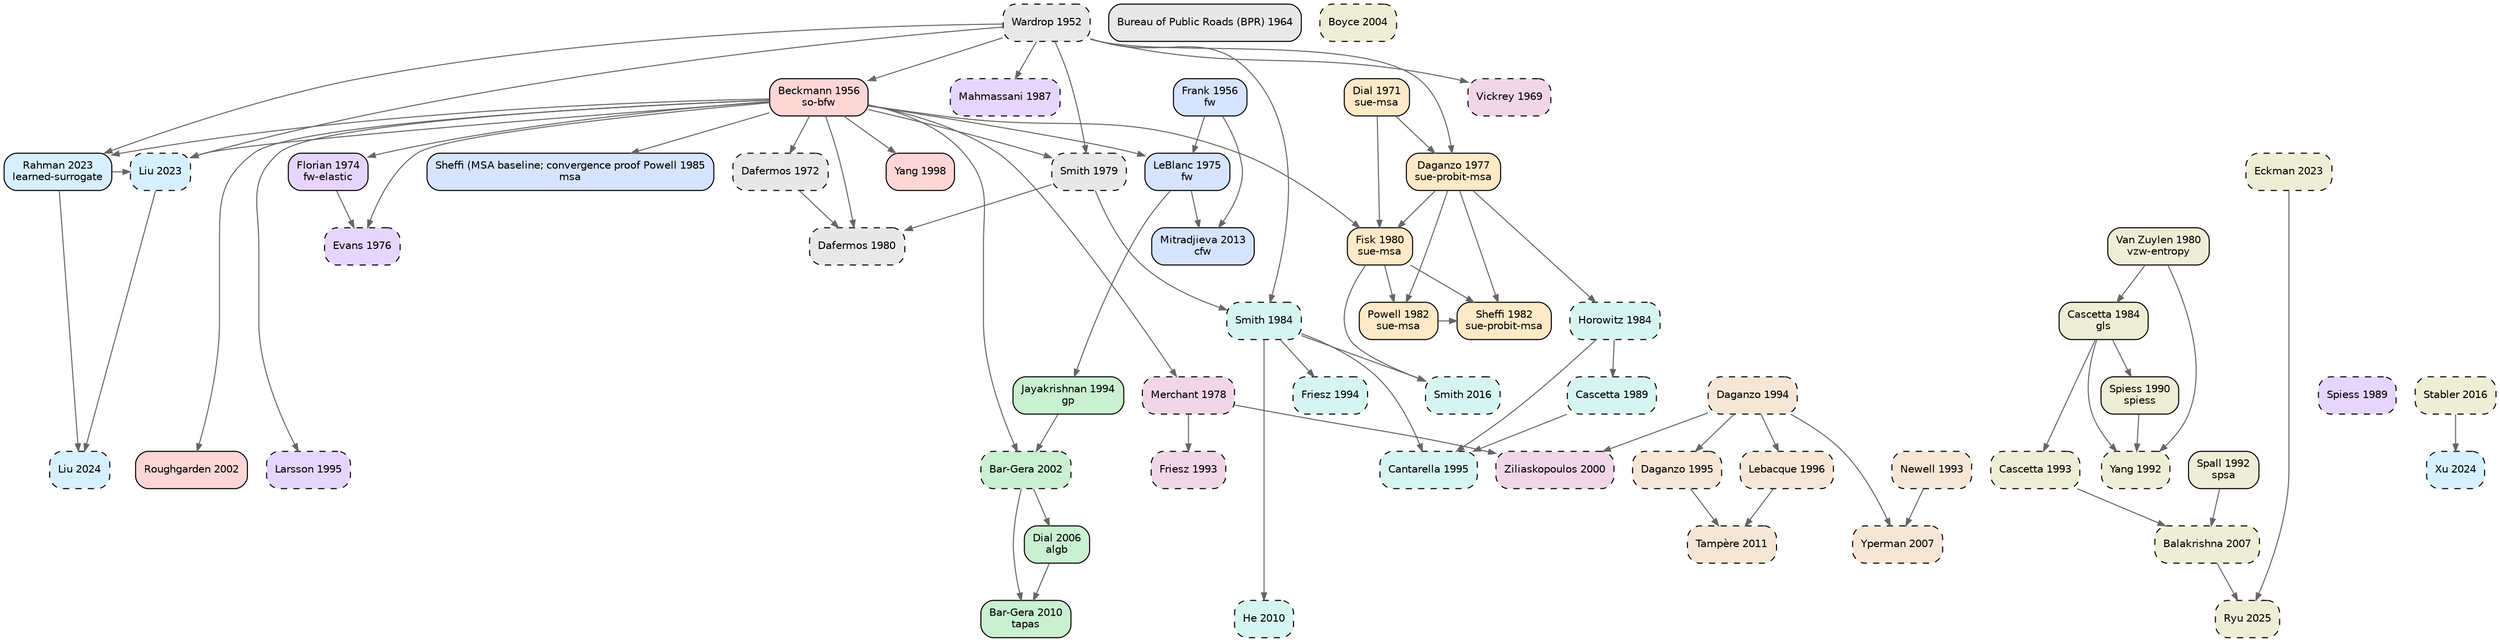
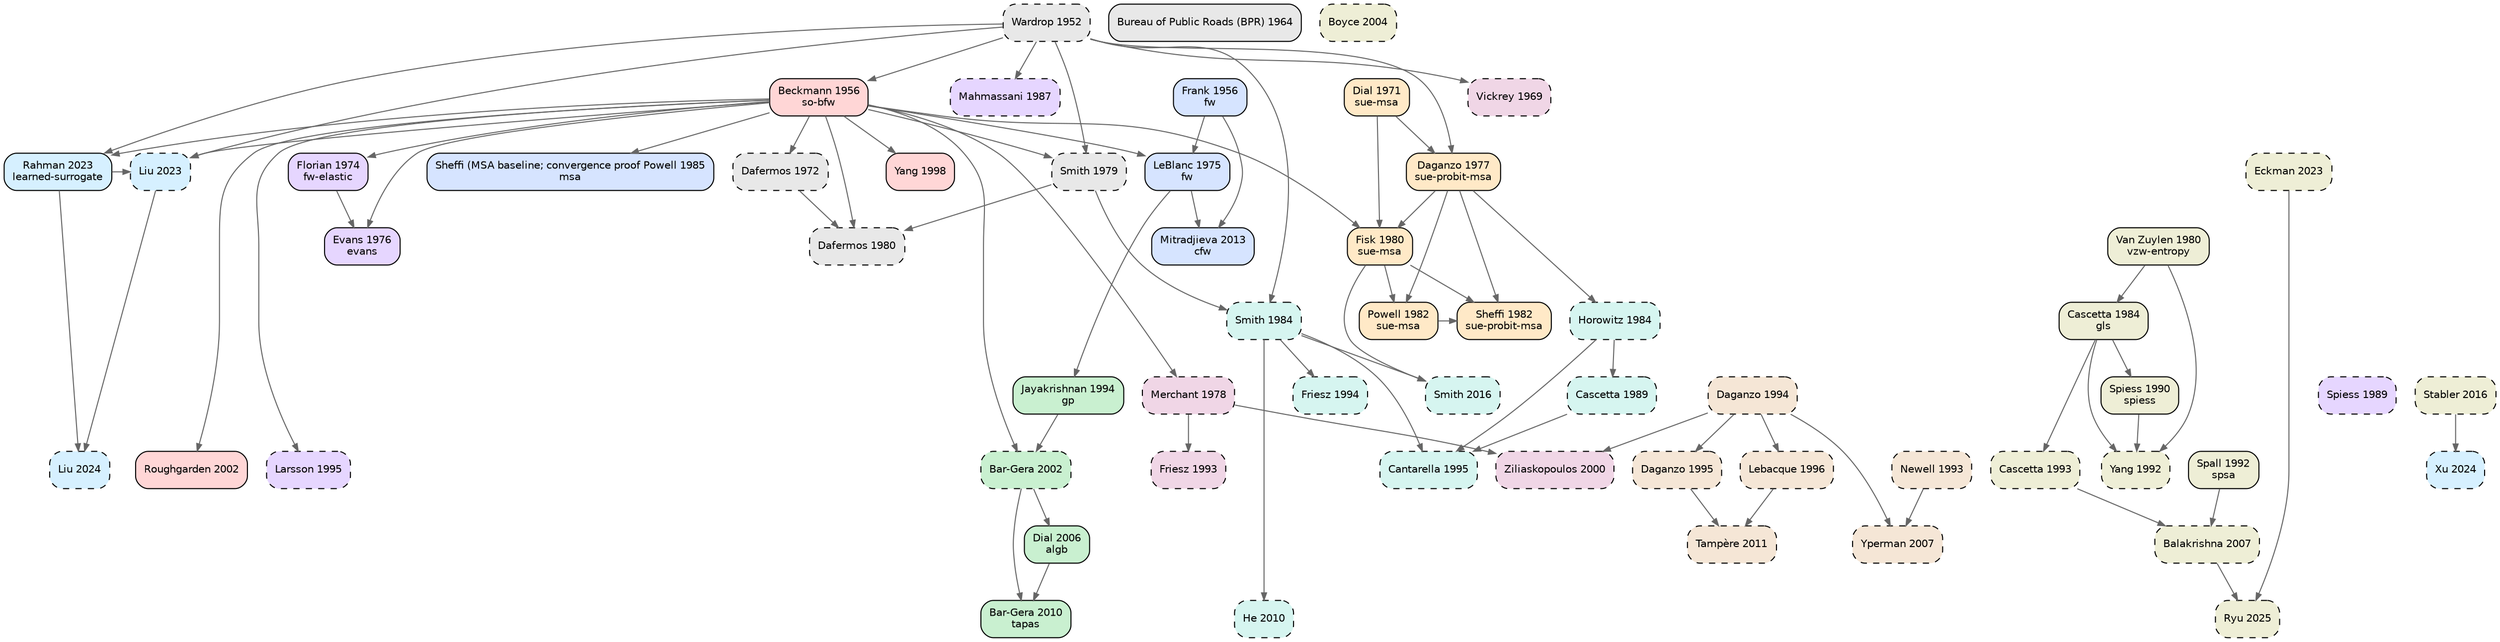
digraph TA_evolution {
  rankdir=TB; node [shape=box,style="rounded,filled",fontname="Helvetica",fontsize=10];
  edge [color="#666666",arrowsize=0.7];
  { rank=same; "wardrop1952some" }
  { rank=same; "frank1956algorithm" "beckmann1956studies" }
  { rank=same; "bpr1964traffic" }
  { rank=same; "vickrey1969congestion" }
  { rank=same; "dial1971probabilistic" }
  { rank=same; "dafermos1972traffic" }
  { rank=same; "florian1974method" }
  { rank=same; "leblanc1975efficient" }
  { rank=same; "evans1976derivation" }
  { rank=same; "daganzo1977stochastic" }
  { rank=same; "merchant1978model" }
  { rank=same; "smith1979existence" }
  { rank=same; "dafermos1980traffic" "fisk1980some" "vanzuylen1980most" }
  { rank=same; "powell1982convergence" "sheffi1982algorithm" }
  { rank=same; "horowitz1984stability" "smith1984stability" "cascetta1984estimation" }
  { rank=same; "sheffi1985urban" }
  { rank=same; "mahmassani1987on" }
  { rank=same; "spiess1989optimal" "cascetta1989stochastic" }
  { rank=same; "spiess1990gradient" }
  { rank=same; "spall1992multivariate" "yang1992estimation" }
  { rank=same; "newell1993simplified" "friesz1993variational" "cascetta1993dynamic" }
  { rank=same; "jayakrishnan1994faster" "friesz1994daytoday" "daganzo1994cell" }
  { rank=same; "larsson1995augmented" "cantarella1995dynamic" "daganzo1995cell" }
  { rank=same; "lebacque1996godunov" }
  { rank=same; "yang1998principle" }
  { rank=same; "ziliaskopoulos2000linear" }
  { rank=same; "bargera2002origin" "roughgarden2002how" }
  { rank=same; "boyce2004convergence" }
  { rank=same; "dial2006path" }
  { rank=same; "yperman2007link" "balakrishna2007offline" }
  { rank=same; "bargera2010traffic" "he2010linkbased" }
  { rank=same; "tampere2011generic" }
  { rank=same; "mitradjieva2013stiff" }
  { rank=same; "smith2016routeswapping" "stabler2016transportation" }
  { rank=same; "liu2023end" "rahman2023data" "eckman2023simopt" }
  { rank=same; "liu2024end" "xu2024unified" }
  { rank=same; "ryu2025bo4mob" }
  "wardrop1952some" [label="Wardrop 1952\n",fillcolor="#e8e8e8",style="rounded,filled,dashed"];
  "bpr1964traffic" [label="Bureau of Public Roads (BPR) 1964\n",fillcolor="#e8e8e8",style="rounded,filled"];
  "dafermos1972traffic" [label="Dafermos 1972\n",fillcolor="#e8e8e8",style="rounded,filled,dashed"];
  "smith1979existence" [label="Smith 1979\n",fillcolor="#e8e8e8",style="rounded,filled,dashed"];
  "dafermos1980traffic" [label="Dafermos 1980\n",fillcolor="#e8e8e8",style="rounded,filled,dashed"];
  "frank1956algorithm" [label="Frank 1956\nfw",fillcolor="#d6e4ff",style="rounded,filled"];
  "leblanc1975efficient" [label="LeBlanc 1975\nfw",fillcolor="#d6e4ff",style="rounded,filled"];
  "sheffi1985urban" [label="Sheffi (MSA baseline; convergence proof Powell 1985\nmsa",fillcolor="#d6e4ff",style="rounded,filled"];
  "mitradjieva2013stiff" [label="Mitradjieva 2013\ncfw",fillcolor="#d6e4ff",style="rounded,filled"];
  "jayakrishnan1994faster" [label="Jayakrishnan 1994\ngp",fillcolor="#c9f0d0",style="rounded,filled"];
  "bargera2002origin" [label="Bar-Gera 2002\n",fillcolor="#c9f0d0",style="rounded,filled,dashed"];
  "dial2006path" [label="Dial 2006\nalgb",fillcolor="#c9f0d0",style="rounded,filled"];
  "bargera2010traffic" [label="Bar-Gera 2010\ntapas",fillcolor="#c9f0d0",style="rounded,filled"];
  "dial1971probabilistic" [label="Dial 1971\nsue-msa",fillcolor="#ffe9c7",style="rounded,filled"];
  "daganzo1977stochastic" [label="Daganzo 1977\nsue-probit-msa",fillcolor="#ffe9c7",style="rounded,filled"];
  "fisk1980some" [label="Fisk 1980\nsue-msa",fillcolor="#ffe9c7",style="rounded,filled"];
  "powell1982convergence" [label="Powell 1982\nsue-msa",fillcolor="#ffe9c7",style="rounded,filled"];
  "sheffi1982algorithm" [label="Sheffi 1982\nsue-probit-msa",fillcolor="#ffe9c7",style="rounded,filled"];
  "beckmann1956studies" [label="Beckmann 1956\nso-bfw",fillcolor="#ffd6d6",style="rounded,filled"];
  "yang1998principle" [label="Yang 1998\n",fillcolor="#ffd6d6",style="rounded,filled"];
  "roughgarden2002how" [label="Roughgarden 2002\n",fillcolor="#ffd6d6",style="rounded,filled"];
  "florian1974method" [label="Florian 1974\nfw-elastic",fillcolor="#e6d6ff",style="rounded,filled"];
-   "evans1976derivation" [label="Evans 1976\n",fillcolor="#e6d6ff",style="rounded,filled,dashed"];
+   "evans1976derivation" [label="Evans 1976\nevans",fillcolor="#e6d6ff",style="rounded,filled"];
  "mahmassani1987on" [label="Mahmassani 1987\n",fillcolor="#e6d6ff",style="rounded,filled,dashed"];
  "spiess1989optimal" [label="Spiess 1989\n",fillcolor="#e6d6ff",style="rounded,filled,dashed"];
  "larsson1995augmented" [label="Larsson 1995\n",fillcolor="#e6d6ff",style="rounded,filled,dashed"];
  "horowitz1984stability" [label="Horowitz 1984\n",fillcolor="#d6f5f0",style="rounded,filled,dashed"];
  "smith1984stability" [label="Smith 1984\n",fillcolor="#d6f5f0",style="rounded,filled,dashed"];
  "cascetta1989stochastic" [label="Cascetta 1989\n",fillcolor="#d6f5f0",style="rounded,filled,dashed"];
  "friesz1994daytoday" [label="Friesz 1994\n",fillcolor="#d6f5f0",style="rounded,filled,dashed"];
  "cantarella1995dynamic" [label="Cantarella 1995\n",fillcolor="#d6f5f0",style="rounded,filled,dashed"];
  "he2010linkbased" [label="He 2010\n",fillcolor="#d6f5f0",style="rounded,filled,dashed"];
  "smith2016routeswapping" [label="Smith 2016\n",fillcolor="#d6f5f0",style="rounded,filled,dashed"];
  "newell1993simplified" [label="Newell 1993\n",fillcolor="#f5e6d6",style="rounded,filled,dashed"];
  "daganzo1994cell" [label="Daganzo 1994\n",fillcolor="#f5e6d6",style="rounded,filled,dashed"];
  "daganzo1995cell" [label="Daganzo 1995\n",fillcolor="#f5e6d6",style="rounded,filled,dashed"];
  "lebacque1996godunov" [label="Lebacque 1996\n",fillcolor="#f5e6d6",style="rounded,filled,dashed"];
  "yperman2007link" [label="Yperman 2007\n",fillcolor="#f5e6d6",style="rounded,filled,dashed"];
  "tampere2011generic" [label="Tampère 2011\n",fillcolor="#f5e6d6",style="rounded,filled,dashed"];
  "vickrey1969congestion" [label="Vickrey 1969\n",fillcolor="#f0d6e6",style="rounded,filled,dashed"];
  "merchant1978model" [label="Merchant 1978\n",fillcolor="#f0d6e6",style="rounded,filled,dashed"];
  "friesz1993variational" [label="Friesz 1993\n",fillcolor="#f0d6e6",style="rounded,filled,dashed"];
  "ziliaskopoulos2000linear" [label="Ziliaskopoulos 2000\n",fillcolor="#f0d6e6",style="rounded,filled,dashed"];
  "liu2023end" [label="Liu 2023\n",fillcolor="#d6f0ff",style="rounded,filled,dashed"];
  "rahman2023data" [label="Rahman 2023\nlearned-surrogate",fillcolor="#d6f0ff",style="rounded,filled"];
  "liu2024end" [label="Liu 2024\n",fillcolor="#d6f0ff",style="rounded,filled,dashed"];
  "xu2024unified" [label="Xu 2024\n",fillcolor="#d6f0ff",style="rounded,filled,dashed"];
  "vanzuylen1980most" [label="Van Zuylen 1980\nvzw-entropy",fillcolor="#eeeed6",style="rounded,filled"];
  "cascetta1984estimation" [label="Cascetta 1984\ngls",fillcolor="#eeeed6",style="rounded,filled"];
  "spiess1990gradient" [label="Spiess 1990\nspiess",fillcolor="#eeeed6",style="rounded,filled"];
  "spall1992multivariate" [label="Spall 1992\nspsa",fillcolor="#eeeed6",style="rounded,filled"];
  "yang1992estimation" [label="Yang 1992\n",fillcolor="#eeeed6",style="rounded,filled,dashed"];
  "cascetta1993dynamic" [label="Cascetta 1993\n",fillcolor="#eeeed6",style="rounded,filled,dashed"];
  "boyce2004convergence" [label="Boyce 2004\n",fillcolor="#eeeed6",style="rounded,filled,dashed"];
  "balakrishna2007offline" [label="Balakrishna 2007\n",fillcolor="#eeeed6",style="rounded,filled,dashed"];
  "stabler2016transportation" [label="Stabler 2016\n",fillcolor="#eeeed6",style="rounded,filled,dashed"];
  "eckman2023simopt" [label="Eckman 2023\n",fillcolor="#eeeed6",style="rounded,filled,dashed"];
  "ryu2025bo4mob" [label="Ryu 2025\n",fillcolor="#eeeed6",style="rounded,filled,dashed"];
  "beckmann1956studies" -> "dafermos1972traffic";
  "wardrop1952some" -> "smith1979existence";
  "beckmann1956studies" -> "smith1979existence";
  "smith1979existence" -> "dafermos1980traffic";
  "beckmann1956studies" -> "dafermos1980traffic";
  "dafermos1972traffic" -> "dafermos1980traffic";
  "frank1956algorithm" -> "leblanc1975efficient";
  "beckmann1956studies" -> "leblanc1975efficient";
  "beckmann1956studies" -> "sheffi1985urban";
  "leblanc1975efficient" -> "mitradjieva2013stiff";
  "frank1956algorithm" -> "mitradjieva2013stiff";
  "leblanc1975efficient" -> "jayakrishnan1994faster";
  "jayakrishnan1994faster" -> "bargera2002origin";
  "beckmann1956studies" -> "bargera2002origin";
  "bargera2002origin" -> "dial2006path";
  "dial2006path" -> "bargera2010traffic";
  "bargera2002origin" -> "bargera2010traffic";
  "dial1971probabilistic" -> "daganzo1977stochastic";
  "wardrop1952some" -> "daganzo1977stochastic";
  "daganzo1977stochastic" -> "fisk1980some";
  "dial1971probabilistic" -> "fisk1980some";
  "beckmann1956studies" -> "fisk1980some";
  "fisk1980some" -> "powell1982convergence";
  "daganzo1977stochastic" -> "powell1982convergence";
  "daganzo1977stochastic" -> "sheffi1982algorithm";
  "powell1982convergence" -> "sheffi1982algorithm";
  "fisk1980some" -> "sheffi1982algorithm";
  "wardrop1952some" -> "beckmann1956studies";
  "beckmann1956studies" -> "yang1998principle";
  "beckmann1956studies" -> "roughgarden2002how";
  "beckmann1956studies" -> "florian1974method";
  "beckmann1956studies" -> "evans1976derivation";
  "florian1974method" -> "evans1976derivation";
  "wardrop1952some" -> "mahmassani1987on";
  "beckmann1956studies" -> "larsson1995augmented";
  "daganzo1977stochastic" -> "horowitz1984stability";
  "smith1979existence" -> "smith1984stability";
  "wardrop1952some" -> "smith1984stability";
  "horowitz1984stability" -> "cascetta1989stochastic";
  "smith1984stability" -> "friesz1994daytoday";
  "cascetta1989stochastic" -> "cantarella1995dynamic";
  "smith1984stability" -> "cantarella1995dynamic";
  "horowitz1984stability" -> "cantarella1995dynamic";
  "smith1984stability" -> "he2010linkbased";
  "smith1984stability" -> "smith2016routeswapping";
  "fisk1980some" -> "smith2016routeswapping";
  "daganzo1994cell" -> "daganzo1995cell";
  "daganzo1994cell" -> "lebacque1996godunov";
  "newell1993simplified" -> "yperman2007link";
  "daganzo1994cell" -> "yperman2007link";
  "daganzo1995cell" -> "tampere2011generic";
  "lebacque1996godunov" -> "tampere2011generic";
  "wardrop1952some" -> "vickrey1969congestion";
  "beckmann1956studies" -> "merchant1978model";
  "merchant1978model" -> "friesz1993variational";
  "merchant1978model" -> "ziliaskopoulos2000linear";
  "daganzo1994cell" -> "ziliaskopoulos2000linear";
  "rahman2023data" -> "liu2023end";
  "beckmann1956studies" -> "liu2023end";
  "wardrop1952some" -> "liu2023end";
  "wardrop1952some" -> "rahman2023data";
  "beckmann1956studies" -> "rahman2023data";
  "rahman2023data" -> "liu2024end";
  "liu2023end" -> "liu2024end";
  "stabler2016transportation" -> "xu2024unified";
  "vanzuylen1980most" -> "cascetta1984estimation";
  "cascetta1984estimation" -> "spiess1990gradient";
  "cascetta1984estimation" -> "yang1992estimation";
  "spiess1990gradient" -> "yang1992estimation";
  "vanzuylen1980most" -> "yang1992estimation";
  "cascetta1984estimation" -> "cascetta1993dynamic";
  "spall1992multivariate" -> "balakrishna2007offline";
  "cascetta1993dynamic" -> "balakrishna2007offline";
  "eckman2023simopt" -> "ryu2025bo4mob";
  "balakrishna2007offline" -> "ryu2025bo4mob";
}
